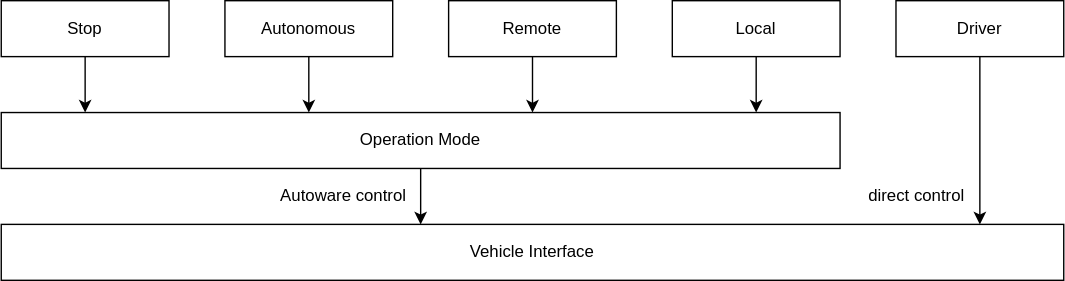
The draw.io diagram pr-7/design/autoware-interfaces/ad-api/list/api/operation_mode/architecture.drawio.svg in tier4/autoware-documentation, before a commit. Source tidied: cells renumbered, new cells last; positions are measured from the earlier drawing's top-left corner, leaving out a move shared by most shapes. Source of this version:
```xml
<mxGraphModel>
  <root>
    <mxCell id="0" />
    <mxCell id="1" parent="0" />
    <mxCell id="2" style="edgeStyle=orthogonalEdgeStyle;html=1;rounded=0;" parent="1" edge="1" source="3" target="11">
      <mxGeometry relative="1" as="geometry">
        <Array as="points">
          <mxPoint x="60" y="80" />
          <mxPoint x="60" y="80" />
        </Array>
      </mxGeometry>
    </mxCell>
    <mxCell id="3" value="Autonomous" style="rounded=0;whiteSpace=wrap;html=1;" parent="1" vertex="1">
      <mxGeometry x="160" width="120" height="40" as="geometry" />
    </mxCell>
    <mxCell id="4" style="edgeStyle=orthogonalEdgeStyle;rounded=0;html=1;" parent="1" edge="1" source="5" target="11">
      <mxGeometry relative="1" as="geometry">
        <Array as="points">
          <mxPoint x="380" y="50" />
          <mxPoint x="380" y="50" />
        </Array>
      </mxGeometry>
    </mxCell>
    <mxCell id="5" value="Remote" style="rounded=0;whiteSpace=wrap;html=1;" parent="1" vertex="1">
      <mxGeometry x="320" width="120" height="40" as="geometry" />
    </mxCell>
    <mxCell id="6" style="edgeStyle=orthogonalEdgeStyle;rounded=0;html=1;" parent="1" edge="1" source="7" target="11">
      <mxGeometry relative="1" as="geometry">
        <Array as="points">
          <mxPoint x="540" y="60" />
          <mxPoint x="540" y="60" />
        </Array>
      </mxGeometry>
    </mxCell>
    <mxCell id="7" value="Local" style="rounded=0;whiteSpace=wrap;html=1;" parent="1" vertex="1">
      <mxGeometry x="480" width="120" height="40" as="geometry" />
    </mxCell>
    <mxCell id="8" style="edgeStyle=orthogonalEdgeStyle;rounded=0;html=1;" parent="1" edge="1" source="9" target="11">
      <mxGeometry relative="1" as="geometry">
        <Array as="points">
          <mxPoint x="540" y="80" />
          <mxPoint x="540" y="80" />
        </Array>
      </mxGeometry>
    </mxCell>
    <mxCell id="9" value="Stop" style="rounded=0;whiteSpace=wrap;html=1;" parent="1" vertex="1">
      <mxGeometry width="120" height="40" as="geometry" />
    </mxCell>
    <mxCell id="10" style="edgeStyle=orthogonalEdgeStyle;rounded=0;html=1;" parent="1" edge="1" source="11" target="14">
      <mxGeometry relative="1" as="geometry">
        <Array as="points">
          <mxPoint x="300" y="160" />
          <mxPoint x="300" y="160" />
        </Array>
      </mxGeometry>
    </mxCell>
    <mxCell id="11" value="Operation Mode" style="rounded=0;whiteSpace=wrap;html=1;" parent="1" vertex="1">
      <mxGeometry y="80" width="600" height="40" as="geometry" />
    </mxCell>
    <mxCell id="12" style="edgeStyle=orthogonalEdgeStyle;rounded=0;html=1;" parent="1" edge="1" source="13" target="14">
      <mxGeometry relative="1" as="geometry">
        <Array as="points">
          <mxPoint x="700" y="140" />
          <mxPoint x="700" y="140" />
        </Array>
      </mxGeometry>
    </mxCell>
    <mxCell id="13" value="Driver" style="rounded=0;whiteSpace=wrap;html=1;" parent="1" vertex="1">
      <mxGeometry x="640" width="120" height="40" as="geometry" />
    </mxCell>
    <mxCell id="14" value="Vehicle Interface" style="rounded=0;whiteSpace=wrap;html=1;" parent="1" vertex="1">
      <mxGeometry y="160" width="760" height="40" as="geometry" />
    </mxCell>
    <mxCell id="15" value="direct control" style="text;html=1;strokeColor=none;fillColor=none;align=center;verticalAlign=middle;whiteSpace=wrap;rounded=0;" parent="1" vertex="1">
      <mxGeometry x="610" y="120" width="90" height="40" as="geometry" />
    </mxCell>
    <mxCell id="16" value="Autoware control" style="text;html=1;strokeColor=none;fillColor=none;align=center;verticalAlign=middle;whiteSpace=wrap;rounded=0;" parent="1" vertex="1">
      <mxGeometry x="190" y="120" width="110" height="40" as="geometry" />
    </mxCell>
  </root>
</mxGraphModel>
```
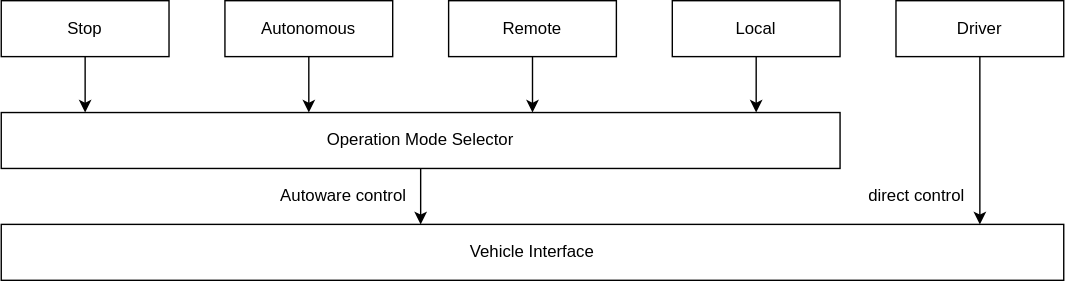
The same diagram one commit later.

Change to the diagram source:
```diff
@@ -54,7 +54,7 @@
         </Array>
       </mxGeometry>
     </mxCell>
-    <mxCell id="11" value="Operation Mode" style="rounded=0;whiteSpace=wrap;html=1;" parent="1" vertex="1">
+    <mxCell id="11" value="Operation Mode Selector" style="rounded=0;whiteSpace=wrap;html=1;" parent="1" vertex="1">
       <mxGeometry y="80" width="600" height="40" as="geometry" />
     </mxCell>
     <mxCell id="12" style="edgeStyle=orthogonalEdgeStyle;rounded=0;html=1;" parent="1" edge="1" source="13" target="14">
```
